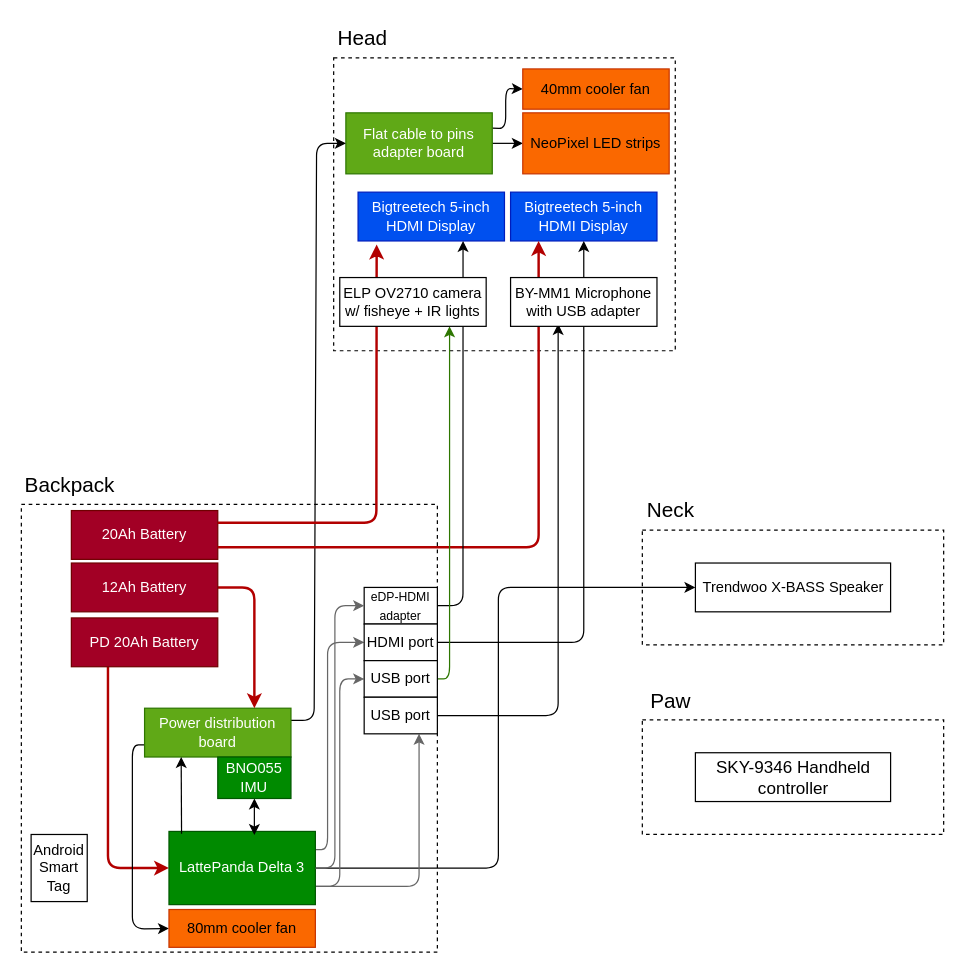
This is Planning/Hardware.drawio from MekhyW/DYNAMO-Electronic_Fursuit-2.0, a draw.io file, before an edit. Source tidied: cells renumbered, new cells numbered last; positions are measured from the earlier drawing's top-left corner, leaving out a move shared by most shapes. Both pictures are drawn from the tidied source at 122%, with x=0, y=0 at pixel (21, 21).
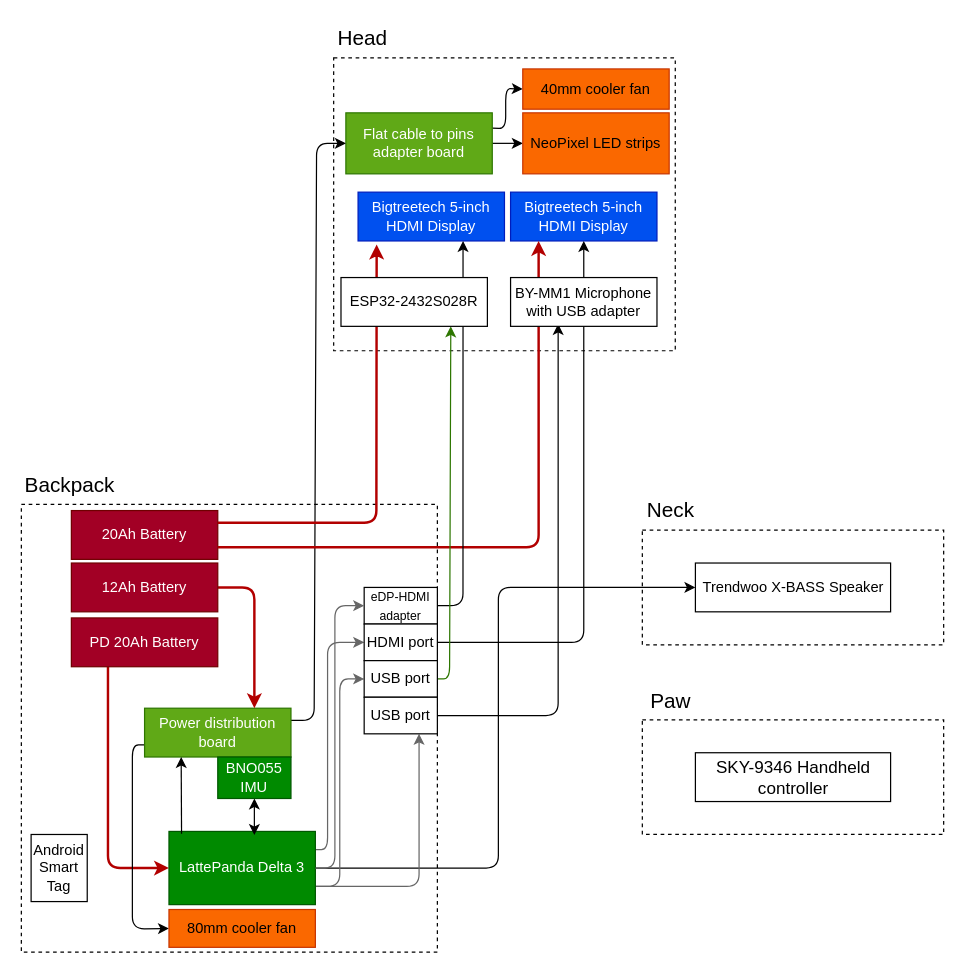
The same diagram, later.

Diff of the diagram source:
```diff
@@
-    <mxCell id="36" value="ELP OV2710 camera w/ fisheye + IR lights" style="rounded=0;whiteSpace=wrap;html=1;" parent="1" vertex="1">
-      <mxGeometry x="261" y="210" width="120" height="40" as="geometry" />
+    <mxCell id="36" value="ESP32-2432S028R" style="rounded=0;whiteSpace=wrap;html=1;" parent="1" vertex="1">
+      <mxGeometry x="262" y="210" width="120" height="40" as="geometry" />
     </mxCell>
```
